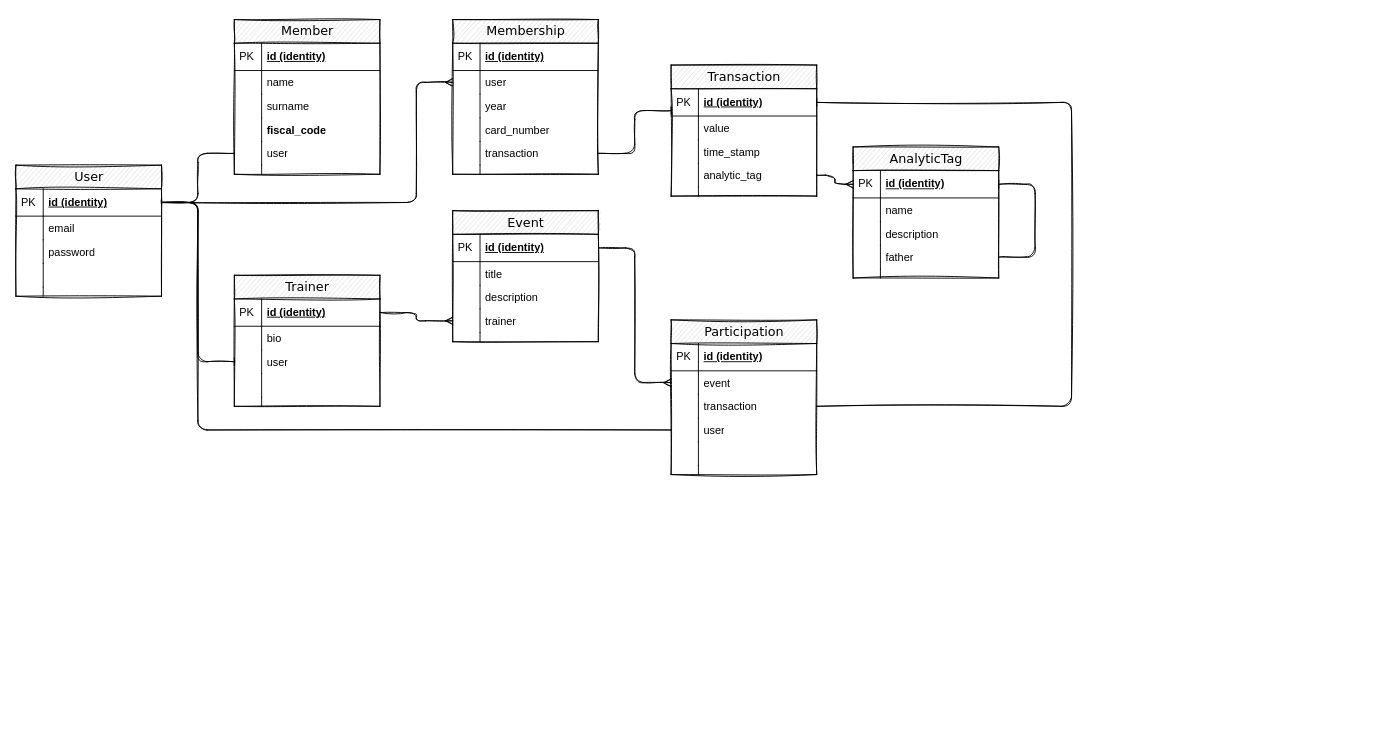
Earlier version of the draw.io diagram doc/asso-er.drawio (ConoscereLinux/asso-django). Source tidied: cells renumbered, new cells numbered last; positions are measured from the earlier drawing's top-left corner, leaving out a move shared by most shapes. Both pictures are drawn from the tidied source at 91%, with x=0, y=0 at pixel (15, 19).
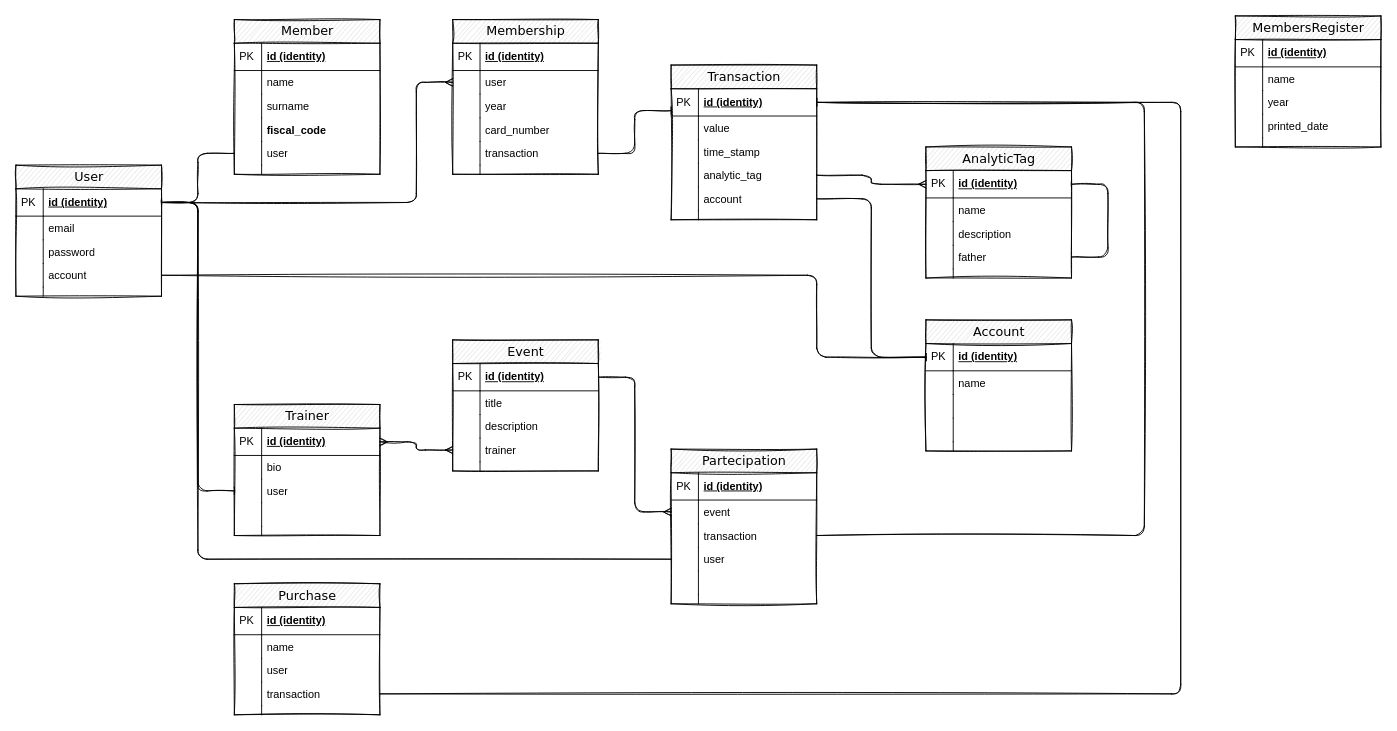
The same diagram, later.

Commit message:
Added some new entity about purchase, account and members register

Unchanged cells that the change refers to:
```xml
<mxCell id="2" value="User" style="swimlane;html=1;fontStyle=0;horizontal=1;startSize=26;fillColor=#e0e0e0;swimlaneFillColor=#ffffff;align=center;rounded=0;shadow=0;comic=0;labelBackgroundColor=none;strokeWidth=1;fontFamily=Verdana;fontSize=14;sketch=1;" parent="1" vertex="1">
  <mxGeometry y="160" width="160" height="144" as="geometry" />
</mxCell>
<mxCell id="42" value="id (identity)" style="shape=partialRectangle;top=0;left=0;right=0;bottom=1;html=1;align=left;verticalAlign=middle;fillColor=none;spacingLeft=34;spacingRight=4;whiteSpace=wrap;overflow=hidden;points=[[0,0.5],[1,0.5]];portConstraint=eastwest;fontStyle=5;" parent="41" vertex="1">
  <mxGeometry y="26" width="160" height="30" as="geometry" />
</mxCell>
<mxCell id="67" value="id (identity)" style="shape=partialRectangle;top=0;left=0;right=0;bottom=1;html=1;align=left;verticalAlign=middle;fillColor=none;spacingLeft=34;spacingRight=4;whiteSpace=wrap;overflow=hidden;points=[[0,0.5],[1,0.5]];portConstraint=eastwest;fontStyle=5;" parent="66" vertex="1">
  <mxGeometry y="26" width="160" height="30" as="geometry" />
</mxCell>
<mxCell id="79" value="id (identity)" style="shape=partialRectangle;top=0;left=0;right=0;bottom=1;html=1;align=left;verticalAlign=middle;fillColor=none;spacingLeft=34;spacingRight=4;whiteSpace=wrap;overflow=hidden;points=[[0,0.5],[1,0.5]];portConstraint=eastwest;fontStyle=5;" parent="78" vertex="1">
  <mxGeometry y="26" width="160" height="30" as="geometry" />
</mxCell>
<mxCell id="85" value="trainer" style="shape=partialRectangle;top=0;left=0;right=0;bottom=0;html=1;align=left;verticalAlign=top;fillColor=none;spacingLeft=34;spacingRight=4;whiteSpace=wrap;overflow=hidden;points=[[0,0.5],[1,0.5]];portConstraint=eastwest;" parent="78" vertex="1">
  <mxGeometry y="108" width="160" height="26" as="geometry" />
</mxCell>
<mxCell id="92" value="event" style="shape=partialRectangle;top=0;left=0;right=0;bottom=0;html=1;align=left;verticalAlign=top;fillColor=none;spacingLeft=34;spacingRight=4;whiteSpace=wrap;overflow=hidden;points=[[0,0.5],[1,0.5]];portConstraint=eastwest;" parent="89" vertex="1">
  <mxGeometry y="56" width="160" height="26" as="geometry" />
</mxCell>
<mxCell id="94" value="transaction" style="shape=partialRectangle;top=0;left=0;right=0;bottom=0;html=1;align=left;verticalAlign=top;fillColor=none;spacingLeft=34;spacingRight=4;whiteSpace=wrap;overflow=hidden;points=[[0,0.5],[1,0.5]];portConstraint=eastwest;" parent="89" vertex="1">
  <mxGeometry y="82" width="160" height="26" as="geometry" />
</mxCell>
```

Change to the diagram source:
```diff
@@
-    <mxCell id="9" style="shape=partialRectangle;top=0;left=0;right=0;bottom=0;html=1;align=left;verticalAlign=top;fillColor=none;spacingLeft=34;spacingRight=4;whiteSpace=wrap;overflow=hidden;points=[[0,0.5],[1,0.5]];portConstraint=eastwest;" parent="2" vertex="1">
+    <mxCell id="9" value="account" style="shape=partialRectangle;top=0;left=0;right=0;bottom=0;html=1;align=left;verticalAlign=top;fillColor=none;spacingLeft=34;spacingRight=4;whiteSpace=wrap;overflow=hidden;points=[[0,0.5],[1,0.5]];portConstraint=eastwest;" parent="2" vertex="1">
       <mxGeometry y="108" width="160" height="26" as="geometry" />
     </mxCell>
@@
     <mxCell id="41" value="Transaction" style="swimlane;html=1;fontStyle=0;horizontal=1;startSize=26;fillColor=#e0e0e0;swimlaneFillColor=#ffffff;align=center;rounded=0;shadow=0;comic=0;labelBackgroundColor=none;strokeWidth=1;fontFamily=Verdana;fontSize=14;sketch=1;" parent="1" vertex="1">
-      <mxGeometry x="720" y="50" width="160" height="144" as="geometry" />
+      <mxGeometry x="720" y="50" width="160" height="170" as="geometry" />
     </mxCell>
@@
+    <mxCell id="106" value="account" style="shape=partialRectangle;top=0;left=0;right=0;bottom=0;html=1;align=left;verticalAlign=top;fillColor=none;spacingLeft=34;spacingRight=4;whiteSpace=wrap;overflow=hidden;points=[[0,0.5],[1,0.5]];portConstraint=eastwest;" parent="41" vertex="1">
+      <mxGeometry y="134" width="160" height="26" as="geometry" />
+    </mxCell>
+    <mxCell id="107" style="shape=partialRectangle;top=0;left=0;bottom=0;html=1;fillColor=none;align=left;verticalAlign=top;spacingLeft=4;spacingRight=4;whiteSpace=wrap;overflow=hidden;" parent="106" vertex="1">
+      <mxGeometry width="30" height="26" as="geometry" />
+    </mxCell>
     <mxCell id="50" style="shape=partialRectangle;top=0;left=0;right=0;bottom=0;html=1;align=left;verticalAlign=top;fillColor=none;spacingLeft=34;spacingRight=4;whiteSpace=wrap;overflow=hidden;" parent="41" vertex="1">
-      <mxGeometry y="134" width="160" height="10" as="geometry" />
+      <mxGeometry y="160" width="160" height="10" as="geometry" />
     </mxCell>
@@
     <mxCell id="53" value="AnalyticTag" style="swimlane;html=1;fontStyle=0;horizontal=1;startSize=26;fillColor=#e0e0e0;swimlaneFillColor=#ffffff;align=center;rounded=0;shadow=0;comic=0;labelBackgroundColor=none;strokeWidth=1;fontFamily=Verdana;fontSize=14;sketch=1;" parent="1" vertex="1">
-      <mxGeometry x="920" y="140" width="160" height="144" as="geometry" />
+      <mxGeometry x="1000" y="140" width="160" height="144" as="geometry" />
     </mxCell>
@@
     <mxCell id="66" value="Trainer" style="swimlane;html=1;fontStyle=0;horizontal=1;startSize=26;fillColor=#e0e0e0;swimlaneFillColor=#ffffff;align=center;rounded=0;shadow=0;comic=0;labelBackgroundColor=none;strokeWidth=1;fontFamily=Verdana;fontSize=14;sketch=1;" parent="1" vertex="1">
-      <mxGeometry x="240" y="281" width="160" height="144" as="geometry" />
+      <mxGeometry x="240" y="423" width="160" height="144" as="geometry" />
     </mxCell>
@@
     <mxCell id="78" value="Event" style="swimlane;html=1;fontStyle=0;horizontal=1;startSize=26;fillColor=#e0e0e0;swimlaneFillColor=#ffffff;align=center;rounded=0;shadow=0;comic=0;labelBackgroundColor=none;strokeWidth=1;fontFamily=Verdana;fontSize=14;sketch=1;" parent="1" vertex="1">
-      <mxGeometry x="480" y="210" width="160" height="144" as="geometry" />
+      <mxGeometry x="480" y="352" width="160" height="144" as="geometry" />
     </mxCell>
@@
-    <mxCell id="89" value="Participation" style="swimlane;html=1;fontStyle=0;horizontal=1;startSize=26;fillColor=#e0e0e0;swimlaneFillColor=#ffffff;align=center;rounded=0;shadow=0;comic=0;labelBackgroundColor=none;strokeWidth=1;fontFamily=Verdana;fontSize=14;sketch=1;" parent="1" vertex="1">
-      <mxGeometry x="720" y="330" width="160" height="170" as="geometry" />
+    <mxCell id="89" value="Partecipation" style="swimlane;html=1;fontStyle=0;horizontal=1;startSize=26;fillColor=#e0e0e0;swimlaneFillColor=#ffffff;align=center;rounded=0;shadow=0;comic=0;labelBackgroundColor=none;strokeWidth=1;fontFamily=Verdana;fontSize=14;sketch=1;" parent="1" vertex="1">
+      <mxGeometry x="720" y="472" width="160" height="170" as="geometry" />
     </mxCell>
@@
     <mxCell id="102" style="edgeStyle=elbowEdgeStyle;rounded=1;sketch=1;jettySize=auto;html=1;endArrow=baseDash;endFill=0;" parent="1" edge="1" source="94" target="42">
       <mxGeometry relative="1" as="geometry">
         <Array as="points">
+          <mxPoint x="1240" y="330" />
+          <mxPoint x="1460" y="290" />
+          <mxPoint x="1260" y="320" />
           <mxPoint x="1160" y="250" />
           <mxPoint x="1240" y="270" />
         </Array>
       </mxGeometry>
     </mxCell>
@@
-    <mxCell id="104" style="edgeStyle=elbowEdgeStyle;rounded=1;sketch=1;jettySize=auto;html=1;endArrow=ERmany;endFill=0;" parent="1" edge="1" source="67" target="85">
+    <mxCell id="104" style="edgeStyle=elbowEdgeStyle;rounded=1;sketch=1;jettySize=auto;html=1;endArrow=ERmany;endFill=0;startArrow=ERmany;startFill=0;" parent="1" edge="1" source="67" target="85">
       <mxGeometry relative="1" as="geometry" />
     </mxCell>
     <mxCell id="105" style="edgeStyle=elbowEdgeStyle;rounded=1;sketch=1;jettySize=auto;html=1;endArrow=ERmany;endFill=0;" parent="1" edge="1" source="79" target="92">
-      <mxGeometry relative="1" as="geometry">
-        <Array as="points">
-          <mxPoint x="680" y="320" />
-        </Array>
-      </mxGeometry>
+      <mxGeometry relative="1" as="geometry" />
     </mxCell>
+    <mxCell id="108" value="Purchase" style="swimlane;html=1;fontStyle=0;horizontal=1;startSize=26;fillColor=#e0e0e0;swimlaneFillColor=#ffffff;align=center;rounded=0;shadow=0;comic=0;labelBackgroundColor=none;strokeWidth=1;fontFamily=Verdana;fontSize=14;sketch=1;" parent="1" vertex="1">
+      <mxGeometry x="240" y="620" width="160" height="144" as="geometry" />
+    </mxCell>
+    <mxCell id="109" value="id (identity)" style="shape=partialRectangle;top=0;left=0;right=0;bottom=1;html=1;align=left;verticalAlign=middle;fillColor=none;spacingLeft=34;spacingRight=4;whiteSpace=wrap;overflow=hidden;fontStyle=5;" parent="108" vertex="1">
+      <mxGeometry y="26" width="160" height="30" as="geometry" />
+    </mxCell>
+    <mxCell id="110" value="PK" style="shape=partialRectangle;top=0;left=0;bottom=0;html=1;fillColor=none;align=left;verticalAlign=middle;spacingLeft=4;spacingRight=4;whiteSpace=wrap;overflow=hidden;" parent="109" vertex="1">
+      <mxGeometry width="30" height="30" as="geometry" />
+    </mxCell>
+    <mxCell id="111" value="name" style="shape=partialRectangle;top=0;left=0;right=0;bottom=0;html=1;align=left;verticalAlign=top;fillColor=none;spacingLeft=34;spacingRight=4;whiteSpace=wrap;overflow=hidden;" parent="108" vertex="1">
+      <mxGeometry y="56" width="160" height="26" as="geometry" />
+    </mxCell>
+    <mxCell id="112" style="shape=partialRectangle;top=0;left=0;bottom=0;html=1;fillColor=none;align=left;verticalAlign=top;spacingLeft=4;spacingRight=4;whiteSpace=wrap;overflow=hidden;" parent="111" vertex="1">
+      <mxGeometry width="30" height="26" as="geometry" />
+    </mxCell>
+    <mxCell id="113" value="user" style="shape=partialRectangle;top=0;left=0;right=0;bottom=0;html=1;align=left;verticalAlign=top;fillColor=none;spacingLeft=34;spacingRight=4;whiteSpace=wrap;overflow=hidden;" parent="108" vertex="1">
+      <mxGeometry y="82" width="160" height="26" as="geometry" />
+    </mxCell>
+    <mxCell id="114" style="shape=partialRectangle;top=0;left=0;bottom=0;html=1;fillColor=none;align=left;verticalAlign=top;spacingLeft=4;spacingRight=4;whiteSpace=wrap;overflow=hidden;" parent="113" vertex="1">
+      <mxGeometry width="30" height="26" as="geometry" />
+    </mxCell>
+    <mxCell id="115" value="transaction" style="shape=partialRectangle;top=0;left=0;right=0;bottom=0;html=1;align=left;verticalAlign=top;fillColor=none;spacingLeft=34;spacingRight=4;whiteSpace=wrap;overflow=hidden;points=[[0,0.5],[1,0.5]];portConstraint=eastwest;" parent="108" vertex="1">
+      <mxGeometry y="108" width="160" height="26" as="geometry" />
+    </mxCell>
+    <mxCell id="116" style="shape=partialRectangle;top=0;left=0;bottom=0;html=1;fillColor=none;align=left;verticalAlign=top;spacingLeft=4;spacingRight=4;whiteSpace=wrap;overflow=hidden;" parent="115" vertex="1">
+      <mxGeometry width="30" height="26" as="geometry" />
+    </mxCell>
+    <mxCell id="117" style="shape=partialRectangle;top=0;left=0;right=0;bottom=0;html=1;align=left;verticalAlign=top;fillColor=none;spacingLeft=34;spacingRight=4;whiteSpace=wrap;overflow=hidden;" parent="108" vertex="1">
+      <mxGeometry y="134" width="160" height="10" as="geometry" />
+    </mxCell>
+    <mxCell id="118" style="shape=partialRectangle;top=0;left=0;bottom=0;html=1;fillColor=none;align=left;verticalAlign=top;spacingLeft=4;spacingRight=4;whiteSpace=wrap;overflow=hidden;" parent="117" vertex="1">
+      <mxGeometry width="30" height="10" as="geometry" />
+    </mxCell>
+    <mxCell id="119" style="edgeStyle=elbowEdgeStyle;rounded=1;sketch=1;jettySize=auto;html=1;endArrow=baseDash;endFill=0;" parent="1" edge="1" source="115" target="42">
+      <mxGeometry relative="1" as="geometry">
+        <Array as="points">
+          <mxPoint x="1280" y="400" />
+          <mxPoint x="1480" y="330" />
+          <mxPoint x="1260" y="310" />
+          <mxPoint x="1160" y="360" />
+          <mxPoint x="1170" y="260" />
+          <mxPoint x="1250" y="280" />
+        </Array>
+      </mxGeometry>
+    </mxCell>
+    <mxCell id="120" value="Account" style="swimlane;html=1;fontStyle=0;horizontal=1;startSize=26;fillColor=#e0e0e0;swimlaneFillColor=#ffffff;align=center;rounded=0;shadow=0;comic=0;labelBackgroundColor=none;strokeWidth=1;fontFamily=Verdana;fontSize=14;sketch=1;" parent="1" vertex="1">
+      <mxGeometry x="1000" y="330" width="160" height="144" as="geometry" />
+    </mxCell>
+    <mxCell id="121" value="id (identity)" style="shape=partialRectangle;top=0;left=0;right=0;bottom=1;html=1;align=left;verticalAlign=middle;fillColor=none;spacingLeft=34;spacingRight=4;whiteSpace=wrap;overflow=hidden;points=[[0,0.5],[1,0.5]];portConstraint=eastwest;fontStyle=5;" parent="120" vertex="1">
+      <mxGeometry y="26" width="160" height="30" as="geometry" />
+    </mxCell>
+    <mxCell id="122" value="PK" style="shape=partialRectangle;top=0;left=0;bottom=0;html=1;fillColor=none;align=left;verticalAlign=middle;spacingLeft=4;spacingRight=4;whiteSpace=wrap;overflow=hidden;" parent="121" vertex="1">
+      <mxGeometry width="30" height="30" as="geometry" />
+    </mxCell>
+    <mxCell id="123" value="name" style="shape=partialRectangle;top=0;left=0;right=0;bottom=0;html=1;align=left;verticalAlign=top;fillColor=none;spacingLeft=34;spacingRight=4;whiteSpace=wrap;overflow=hidden;" parent="120" vertex="1">
+      <mxGeometry y="56" width="160" height="26" as="geometry" />
+    </mxCell>
+    <mxCell id="124" style="shape=partialRectangle;top=0;left=0;bottom=0;html=1;fillColor=none;align=left;verticalAlign=top;spacingLeft=4;spacingRight=4;whiteSpace=wrap;overflow=hidden;" parent="123" vertex="1">
+      <mxGeometry width="30" height="26" as="geometry" />
+    </mxCell>
+    <mxCell id="125" style="shape=partialRectangle;top=0;left=0;right=0;bottom=0;html=1;align=left;verticalAlign=top;fillColor=none;spacingLeft=34;spacingRight=4;whiteSpace=wrap;overflow=hidden;" parent="120" vertex="1">
+      <mxGeometry y="82" width="160" height="26" as="geometry" />
+    </mxCell>
+    <mxCell id="126" style="shape=partialRectangle;top=0;left=0;bottom=0;html=1;fillColor=none;align=left;verticalAlign=top;spacingLeft=4;spacingRight=4;whiteSpace=wrap;overflow=hidden;" parent="125" vertex="1">
+      <mxGeometry width="30" height="26" as="geometry" />
+    </mxCell>
+    <mxCell id="127" style="shape=partialRectangle;top=0;left=0;right=0;bottom=0;html=1;align=left;verticalAlign=top;fillColor=none;spacingLeft=34;spacingRight=4;whiteSpace=wrap;overflow=hidden;" parent="120" vertex="1">
+      <mxGeometry y="108" width="160" height="26" as="geometry" />
+    </mxCell>
+    <mxCell id="128" style="shape=partialRectangle;top=0;left=0;bottom=0;html=1;fillColor=none;align=left;verticalAlign=top;spacingLeft=4;spacingRight=4;whiteSpace=wrap;overflow=hidden;" parent="127" vertex="1">
+      <mxGeometry width="30" height="26" as="geometry" />
+    </mxCell>
+    <mxCell id="129" style="shape=partialRectangle;top=0;left=0;right=0;bottom=0;html=1;align=left;verticalAlign=top;fillColor=none;spacingLeft=34;spacingRight=4;whiteSpace=wrap;overflow=hidden;" parent="120" vertex="1">
+      <mxGeometry y="134" width="160" height="10" as="geometry" />
+    </mxCell>
+    <mxCell id="130" style="shape=partialRectangle;top=0;left=0;bottom=0;html=1;fillColor=none;align=left;verticalAlign=top;spacingLeft=4;spacingRight=4;whiteSpace=wrap;overflow=hidden;" parent="129" vertex="1">
+      <mxGeometry width="30" height="10" as="geometry" />
+    </mxCell>
+    <mxCell id="131" style="edgeStyle=orthogonalEdgeStyle;rounded=1;jettySize=auto;html=1;sketch=1;endArrow=baseDash;endFill=0;" parent="1" edge="1" source="106" target="121">
+      <mxGeometry relative="1" as="geometry" />
+    </mxCell>
+    <mxCell id="132" style="edgeStyle=orthogonalEdgeStyle;rounded=1;sketch=1;jettySize=auto;html=1;endArrow=baseDash;endFill=0;" parent="1" edge="1" source="9" target="121">
+      <mxGeometry relative="1" as="geometry">
+        <Array as="points">
+          <mxPoint x="880" y="281" />
+          <mxPoint x="880" y="371" />
+        </Array>
+      </mxGeometry>
+    </mxCell>
+    <mxCell id="133" value="MembersRegister" style="swimlane;html=1;fontStyle=0;horizontal=1;startSize=26;fillColor=#e0e0e0;swimlaneFillColor=#ffffff;align=center;rounded=0;shadow=0;comic=0;labelBackgroundColor=none;strokeWidth=1;fontFamily=Verdana;fontSize=14;sketch=1;" parent="1" vertex="1">
+      <mxGeometry x="1340" y="-4" width="160" height="144" as="geometry" />
+    </mxCell>
+    <mxCell id="134" value="id (identity)" style="shape=partialRectangle;top=0;left=0;right=0;bottom=1;html=1;align=left;verticalAlign=middle;fillColor=none;spacingLeft=34;spacingRight=4;whiteSpace=wrap;overflow=hidden;fontStyle=5;" parent="133" vertex="1">
+      <mxGeometry y="26" width="160" height="30" as="geometry" />
+    </mxCell>
+    <mxCell id="135" value="PK" style="shape=partialRectangle;top=0;left=0;bottom=0;html=1;fillColor=none;align=left;verticalAlign=middle;spacingLeft=4;spacingRight=4;whiteSpace=wrap;overflow=hidden;" parent="134" vertex="1">
+      <mxGeometry width="30" height="30" as="geometry" />
+    </mxCell>
+    <mxCell id="136" value="name" style="shape=partialRectangle;top=0;left=0;right=0;bottom=0;html=1;align=left;verticalAlign=top;fillColor=none;spacingLeft=34;spacingRight=4;whiteSpace=wrap;overflow=hidden;" parent="133" vertex="1">
+      <mxGeometry y="56" width="160" height="26" as="geometry" />
+    </mxCell>
+    <mxCell id="137" style="shape=partialRectangle;top=0;left=0;bottom=0;html=1;fillColor=none;align=left;verticalAlign=top;spacingLeft=4;spacingRight=4;whiteSpace=wrap;overflow=hidden;" parent="136" vertex="1">
+      <mxGeometry width="30" height="26" as="geometry" />
+    </mxCell>
+    <mxCell id="138" value="year" style="shape=partialRectangle;top=0;left=0;right=0;bottom=0;html=1;align=left;verticalAlign=top;fillColor=none;spacingLeft=34;spacingRight=4;whiteSpace=wrap;overflow=hidden;" parent="133" vertex="1">
+      <mxGeometry y="82" width="160" height="26" as="geometry" />
+    </mxCell>
+    <mxCell id="139" style="shape=partialRectangle;top=0;left=0;bottom=0;html=1;fillColor=none;align=left;verticalAlign=top;spacingLeft=4;spacingRight=4;whiteSpace=wrap;overflow=hidden;" parent="138" vertex="1">
+      <mxGeometry width="30" height="26" as="geometry" />
+    </mxCell>
+    <mxCell id="140" value="printed_date" style="shape=partialRectangle;top=0;left=0;right=0;bottom=0;html=1;align=left;verticalAlign=top;fillColor=none;spacingLeft=34;spacingRight=4;whiteSpace=wrap;overflow=hidden;" parent="133" vertex="1">
+      <mxGeometry y="108" width="160" height="26" as="geometry" />
+    </mxCell>
+    <mxCell id="141" style="shape=partialRectangle;top=0;left=0;bottom=0;html=1;fillColor=none;align=left;verticalAlign=top;spacingLeft=4;spacingRight=4;whiteSpace=wrap;overflow=hidden;" parent="140" vertex="1">
+      <mxGeometry width="30" height="26" as="geometry" />
+    </mxCell>
+    <mxCell id="142" style="shape=partialRectangle;top=0;left=0;right=0;bottom=0;html=1;align=left;verticalAlign=top;fillColor=none;spacingLeft=34;spacingRight=4;whiteSpace=wrap;overflow=hidden;" parent="133" vertex="1">
+      <mxGeometry y="134" width="160" height="10" as="geometry" />
+    </mxCell>
+    <mxCell id="143" style="shape=partialRectangle;top=0;left=0;bottom=0;html=1;fillColor=none;align=left;verticalAlign=top;spacingLeft=4;spacingRight=4;whiteSpace=wrap;overflow=hidden;" parent="142" vertex="1">
+      <mxGeometry width="30" height="10" as="geometry" />
+    </mxCell>
```
